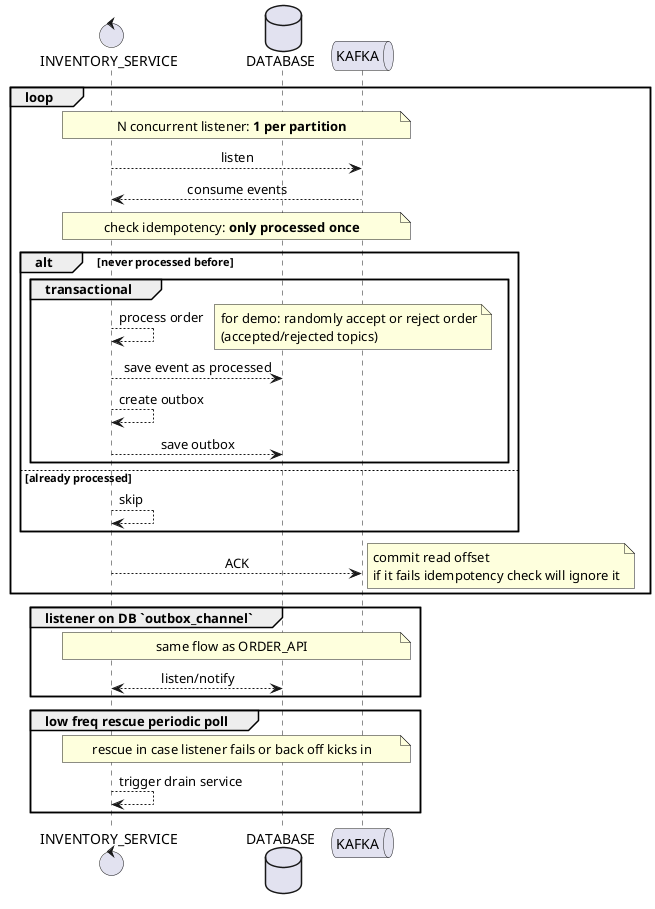
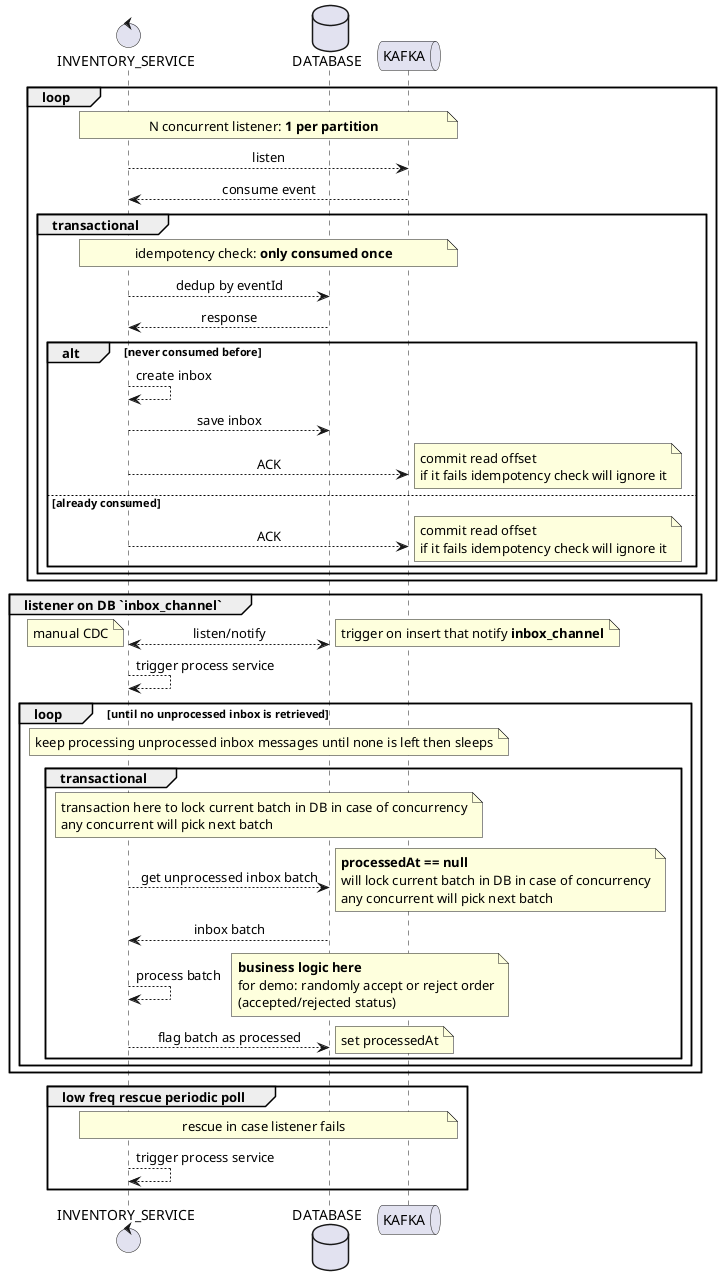
@startuml
skinparam sequenceMessageAlign center

control INVENTORY_SERVICE as SERVICE
database DATABASE as DB
queue KAFKA as K

loop
    note across: N concurrent listener: **1 per partition**
    SERVICE --> K: listen
-     K --> SERVICE: consume events
-     note across: check idempotency: **only processed once**
-     alt never processed before
-         group transactional
-             SERVICE --> SERVICE: process order
-             note right: for demo: randomly accept or reject order\n(accepted/rejected topics)
-             SERVICE --> DB: save event as processed
-             SERVICE --> SERVICE: create outbox
-             SERVICE --> DB: save outbox
+     K --> SERVICE: consume event
+     group transactional
+         note across: idempotency check: **only consumed once**
+         SERVICE --> DB: dedup by eventId
+         DB --> SERVICE: response
+         alt never consumed before
+             SERVICE --> SERVICE: create inbox
+             SERVICE --> DB: save inbox
+             SERVICE --> K: ACK
+             note right: commit read offset\nif it fails idempotency check will ignore it
+         else already consumed
+             SERVICE --> K: ACK
+             note right: commit read offset\nif it fails idempotency check will ignore it
        end
-     else already processed
-         SERVICE --> SERVICE: skip
    end
-     SERVICE --> K: ACK
-     note right: commit read offset\nif it fails idempotency check will ignore it
end

- group listener on DB `outbox_channel`
-     note across: same flow as ORDER_API
+ group listener on DB `inbox_channel`
    SERVICE <--> DB: listen/notify
+     note left: manual CDC
+     note right: trigger on insert that notify **inbox_channel**
+     SERVICE --> SERVICE: trigger process service
+     loop until no unprocessed inbox is retrieved
+         note across: keep processing unprocessed inbox messages until none is left then sleeps
+         group transactional
+             note across: transaction here to lock current batch in DB in case of concurrency\nany concurrent will pick next batch
+             SERVICE --> DB : get unprocessed inbox batch
+             note right: **processedAt == null**\nwill lock current batch in DB in case of concurrency\nany concurrent will pick next batch
+             DB --> SERVICE : inbox batch
+             SERVICE --> SERVICE : process batch
+             note right: **business logic here**\nfor demo: randomly accept or reject order\n(accepted/rejected status)
+             SERVICE --> DB : flag batch as processed
+             note right: set processedAt
+         end
+     end
end

group low freq rescue periodic poll
-     note across: rescue in case listener fails or back off kicks in
-     SERVICE --> SERVICE: trigger drain service
+     note across: rescue in case listener fails
+     SERVICE --> SERVICE: trigger process service
end
@enduml
